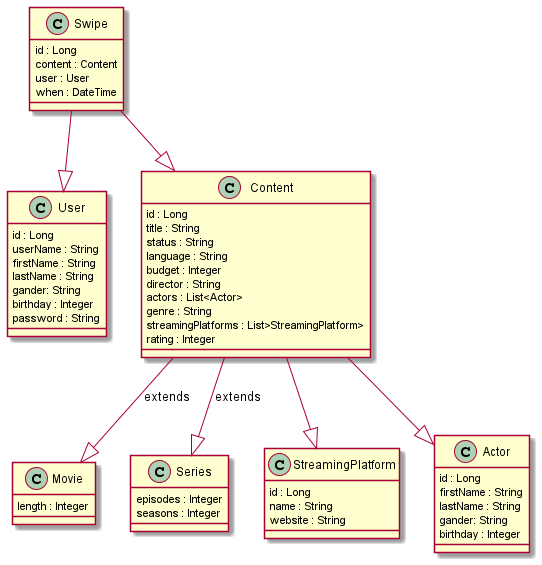
Before: out/SwipeAndWatch/SwipeAndWatch.png, a diagram exported from PlantUML (bar18740/2122-DBI-SZ-NoSQL_Aufgabenstellung). The source it was exported from:
```plantuml
@startuml SwipeAndWatch
class Swipe {
    id : Long
    content : Content
    user : User
    when : DateTime
}
class User {
    id : Long
    userName : String
    firstName : String
    lastName : String
    gander: String
    birthday : Integer
    password : String
}
class Content {
    id : Long
    title : String
    status : String
    language : String
    budget : Integer
    director : String
    actors : List<Actor>
    genre : String
    streamingPlatforms : List>StreamingPlatform>
    rating : Integer
}
class Movie {
    length : Integer
}
class Series {
    episodes : Integer
    seasons : Integer
}

class StreamingPlatform {
    id : Long
    name : String
    website : String
}
class Actor {
    id : Long
    firstName : String
    lastName : String
    gander: String
    birthday : Integer
}

Swipe --|> Content
Swipe --|> User
Content --|> StreamingPlatform
Content --|> Actor
Content --|> Movie : extends
Content --|> Series : extends




@enduml
```
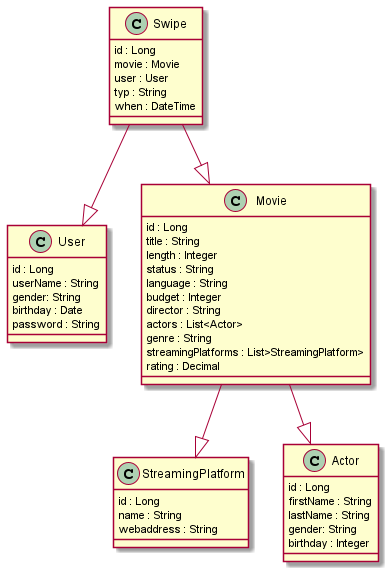
Later version of the same file.

Diff of the diagram source:
```diff
@@ -1,22 +1,22 @@
 @startuml SwipeAndWatch
 class Swipe {
     id : Long
-    content : Content
+    movie : Movie
     user : User
+    typ : String
     when : DateTime
 }
 class User {
     id : Long
     userName : String
-    firstName : String
-    lastName : String
-    gander: String
-    birthday : Integer
+    gender: String
+    birthday : Date
     password : String
 }
-class Content {
+class Movie {
     id : Long
     title : String
+    length : Integer
     status : String
     language : String
     budget : Integer
@@ -24,35 +24,26 @@
     actors : List<Actor>
     genre : String
     streamingPlatforms : List>StreamingPlatform>
-    rating : Integer
-}
-class Movie {
-    length : Integer
-}
-class Series {
-    episodes : Integer
-    seasons : Integer
+    rating : Decimal
 }
 
 class StreamingPlatform {
     id : Long
     name : String
-    website : String
+    webaddress : String
 }
 class Actor {
     id : Long
     firstName : String
     lastName : String
-    gander: String
+    gender: String
     birthday : Integer
 }
 
-Swipe --|> Content
+Swipe --|> Movie
 Swipe --|> User
-Content --|> StreamingPlatform
-Content --|> Actor
-Content --|> Movie : extends
-Content --|> Series : extends
+Movie --|> StreamingPlatform
+Movie --|> Actor
 
 
 
```
